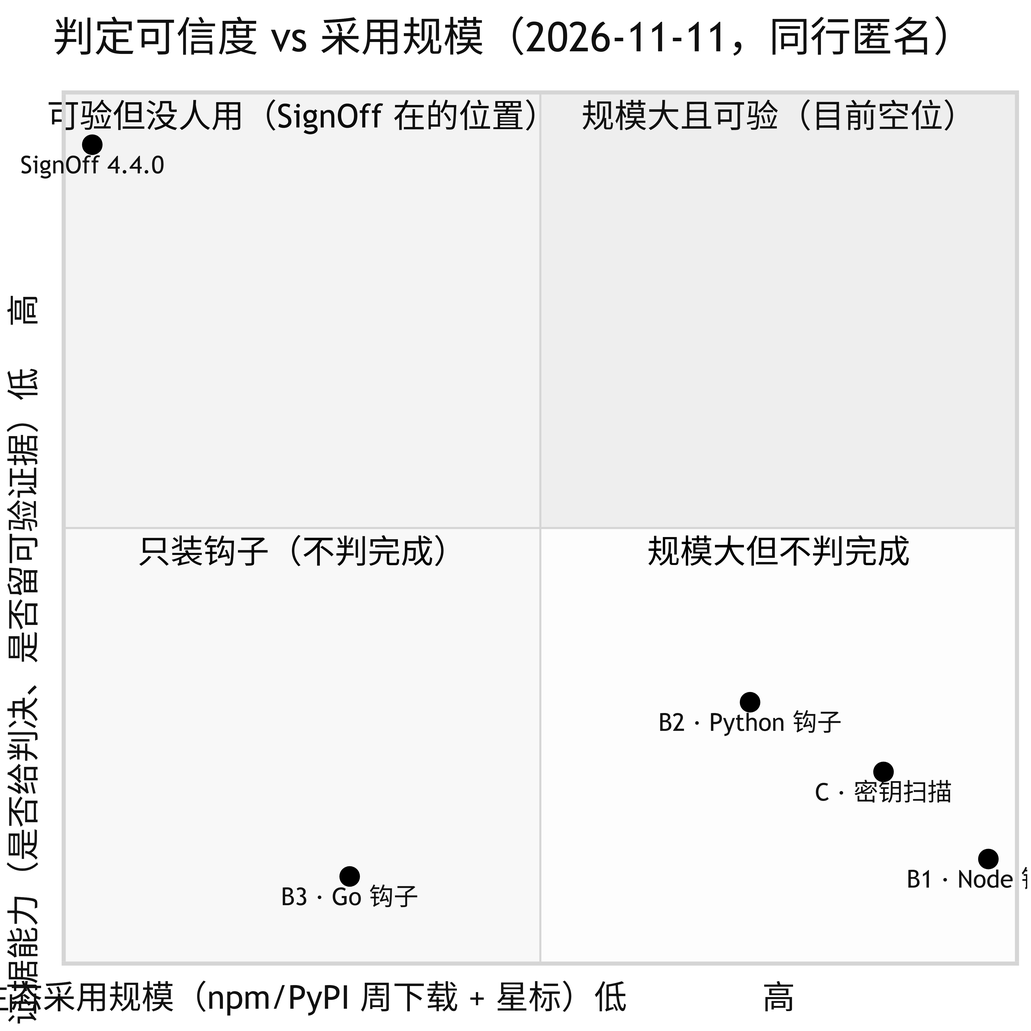
The Mermaid diagram docs/diagrams/quadrant.png in ayuanxx-max/signoff-cli, before a commit. Its source is kept beside it as docs/diagrams/src/quadrant.mmd.
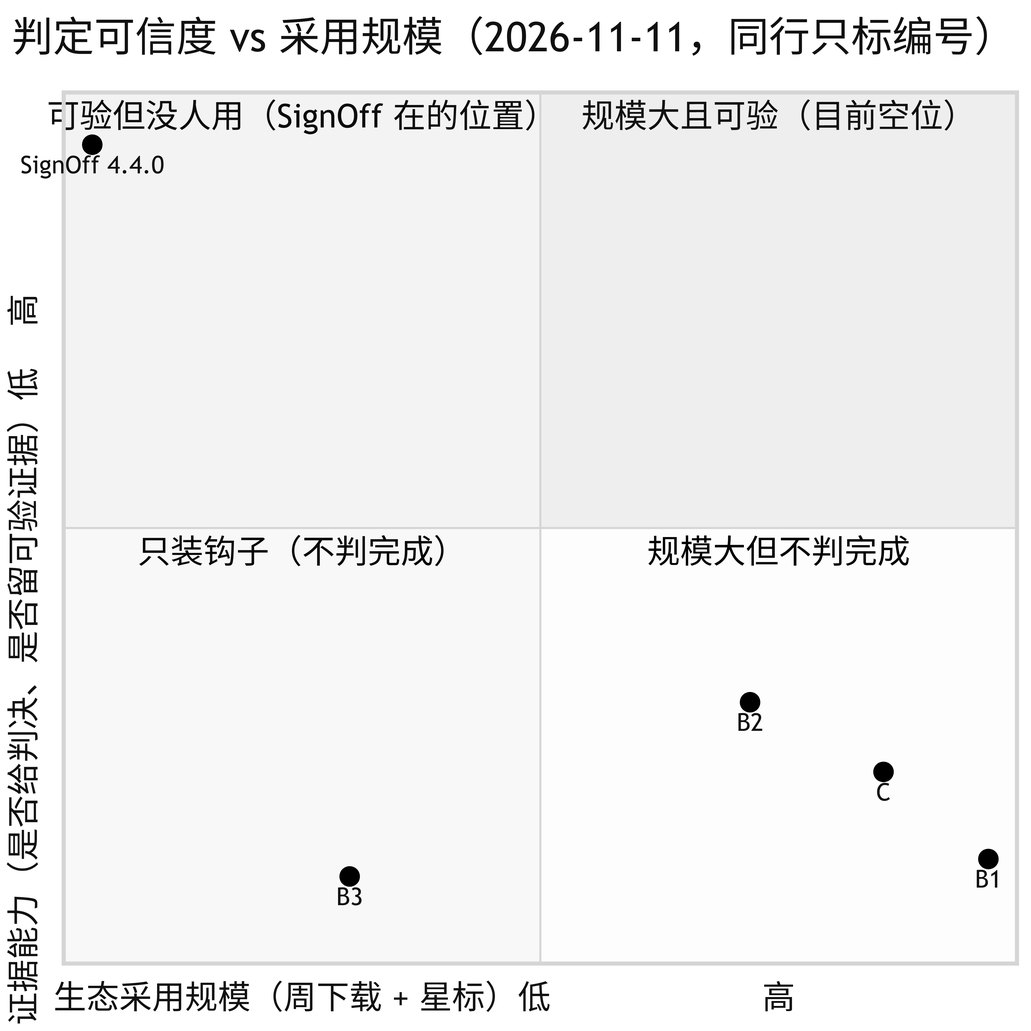
After the change.

Commit message:
docs: 4.4.3 对比匿名再收紧（只剩编号与量级），象限图换 URL 破缓存 Signoff-Pass: 97adcbe8c860

The edit, as a diff of the source:
```diff
@@ -1,13 +1,13 @@
 quadrantChart
-    title 判定可信度 vs 采用规模（2026-11-11，同行匿名）
-    x-axis 生态采用规模（npm/PyPI 周下载 + 星标）低 --> 高
+    title 判定可信度 vs 采用规模（2026-11-11，同行只标编号）
+    x-axis 生态采用规模（周下载 + 星标）低 --> 高
     y-axis 判定与证据能力（是否给判决、是否留可验证据）低 --> 高
     quadrant-1 规模大且可验（目前空位）
     quadrant-2 可验但没人用（SignOff 在的位置）
     quadrant-3 只装钩子（不判完成）
     quadrant-4 规模大但不判完成
     "SignOff 4.4.0": [0.03, 0.94]
-    "B1 · Node 钩子": [0.97, 0.12]
-    "B2 · Python 钩子": [0.72, 0.30]
-    "B3 · Go 钩子": [0.30, 0.10]
-    "C · 密钥扫描": [0.86, 0.22]
+    "B1": [0.97, 0.12]
+    "B2": [0.72, 0.30]
+    "B3": [0.30, 0.10]
+    "C": [0.86, 0.22]
```
